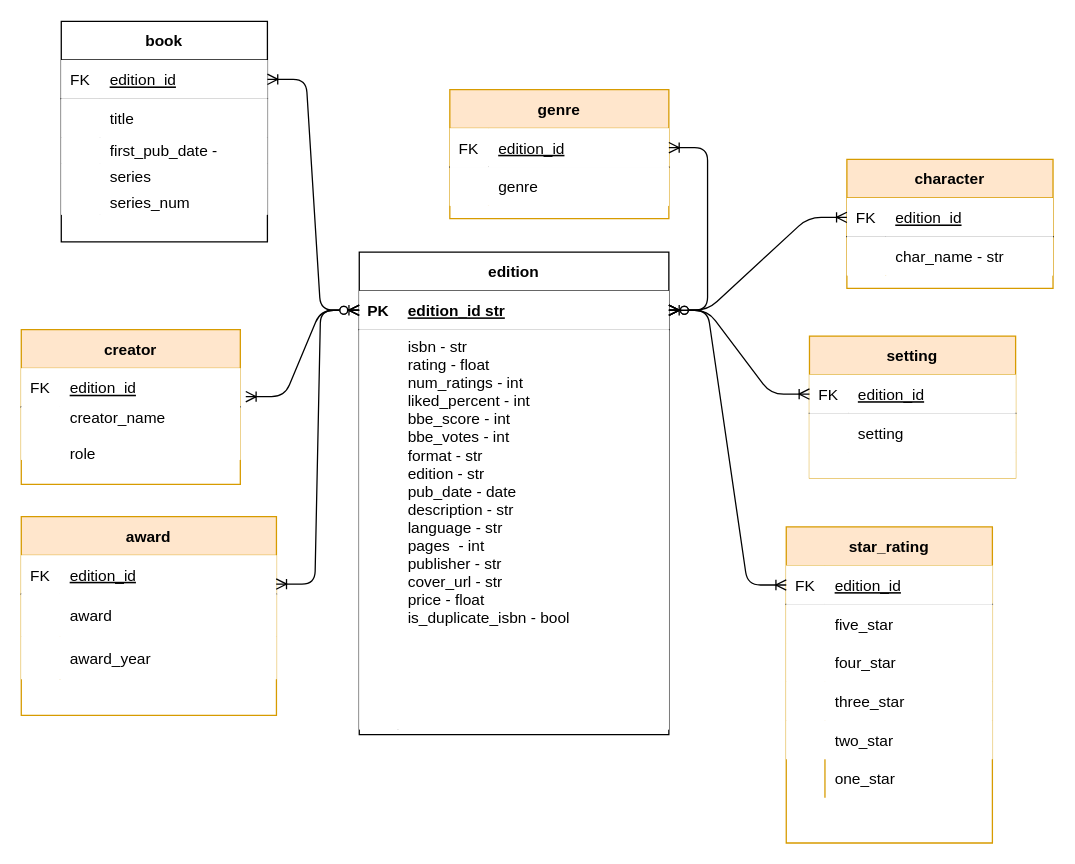
Before: artifacts/books_db.drawio in codeslp/books_db, a draw.io diagram. Source tidied: cells renumbered, new cells numbered last; positions are measured from the earlier drawing's top-left corner, leaving out a move shared by most shapes. Both pictures are drawn from the tidied source at 129%, with x=0, y=0 at pixel (21, 21).
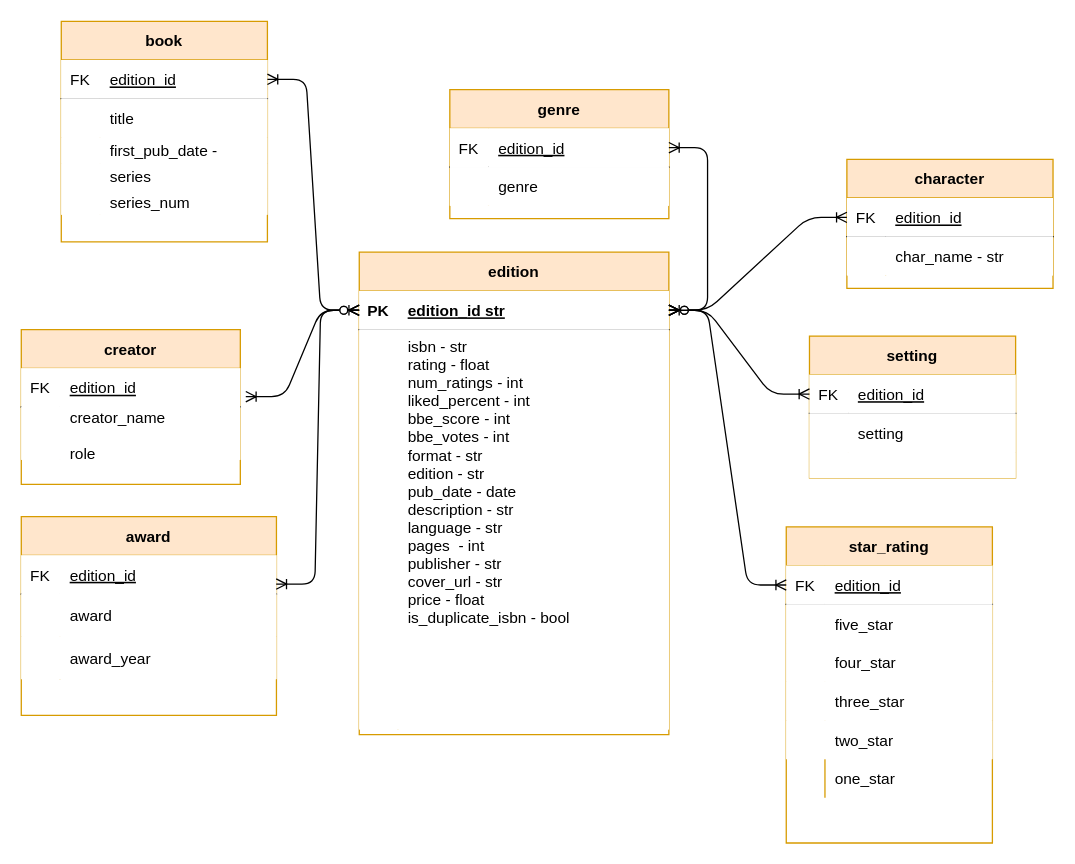
After the change.

Change to the diagram source:
```diff
@@
-    <mxCell id="3" value="edition" style="shape=table;startSize=30;childLayout=tableLayout;rowLines=0;fontStyle=1;align=center;" parent="1" vertex="1">
+    <mxCell id="3" value="edition" style="shape=table;startSize=30;childLayout=tableLayout;rowLines=0;fontStyle=1;align=center;fillColor=#ffe6cc;strokeColor=#d79b00;" parent="1" vertex="1">
       <mxGeometry x="262" y="179" width="240" height="374" as="geometry" />
     </mxCell>
@@
-    <mxCell id="76" value="book" style="shape=table;startSize=30;childLayout=tableLayout;rowLines=0;fontStyle=1;align=center;" parent="1" vertex="1">
+    <mxCell id="76" value="book" style="shape=table;startSize=30;childLayout=tableLayout;rowLines=0;fontStyle=1;align=center;fillColor=#ffe6cc;strokeColor=#d79b00;" parent="1" vertex="1">
       <mxGeometry x="31" width="159.8" height="171" as="geometry" />
     </mxCell>
```
